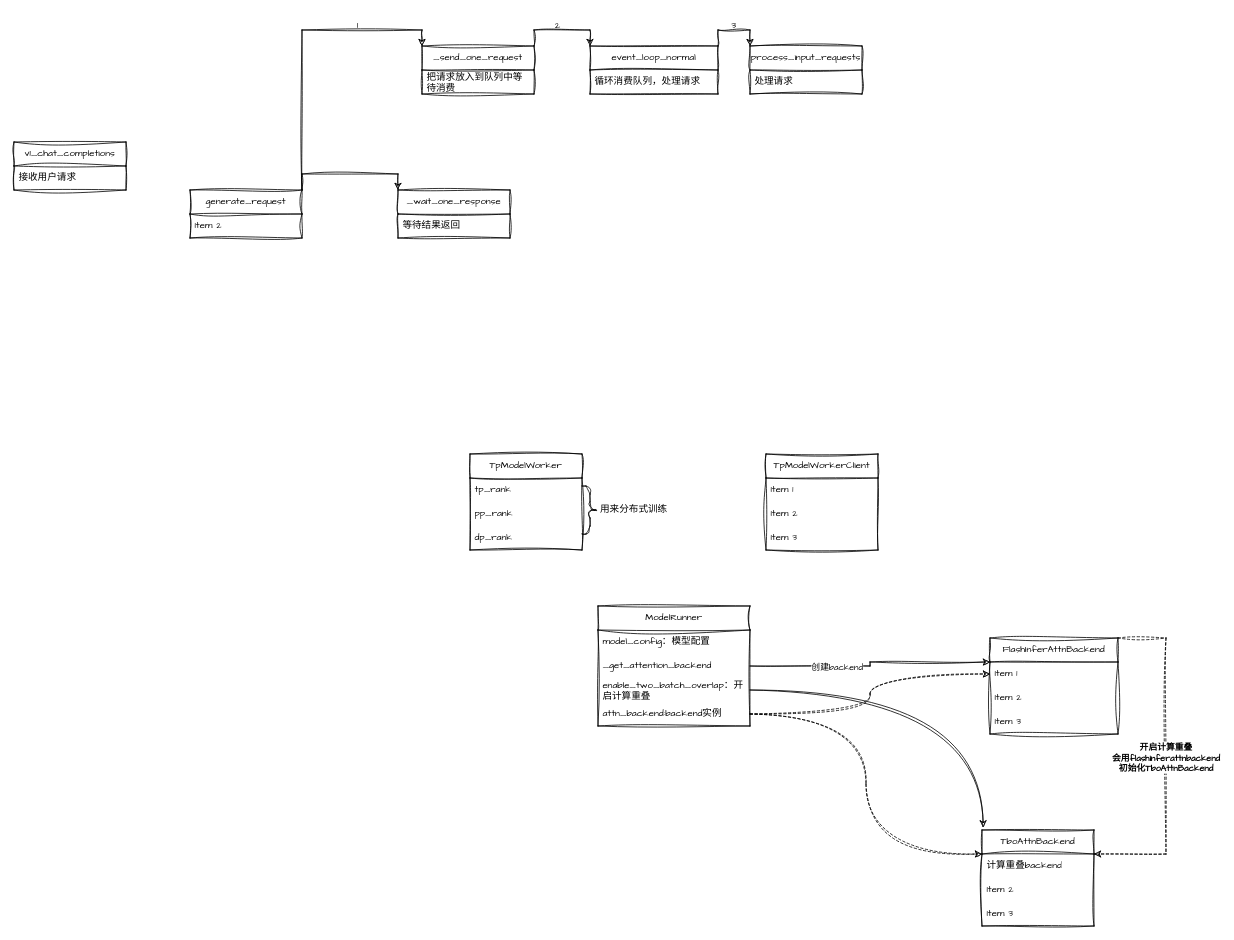
beijingqiuchang/drawio keeps this draw.io diagram as sglang.drawio. Above is the earlier version. Source tidied: cells renumbered, new cells numbered last; positions are measured from the earlier drawing's top-left corner, leaving out a move shared by most shapes. Both pictures are drawn from the tidied source at 80%, with x=0, y=0 at pixel (14, 14).
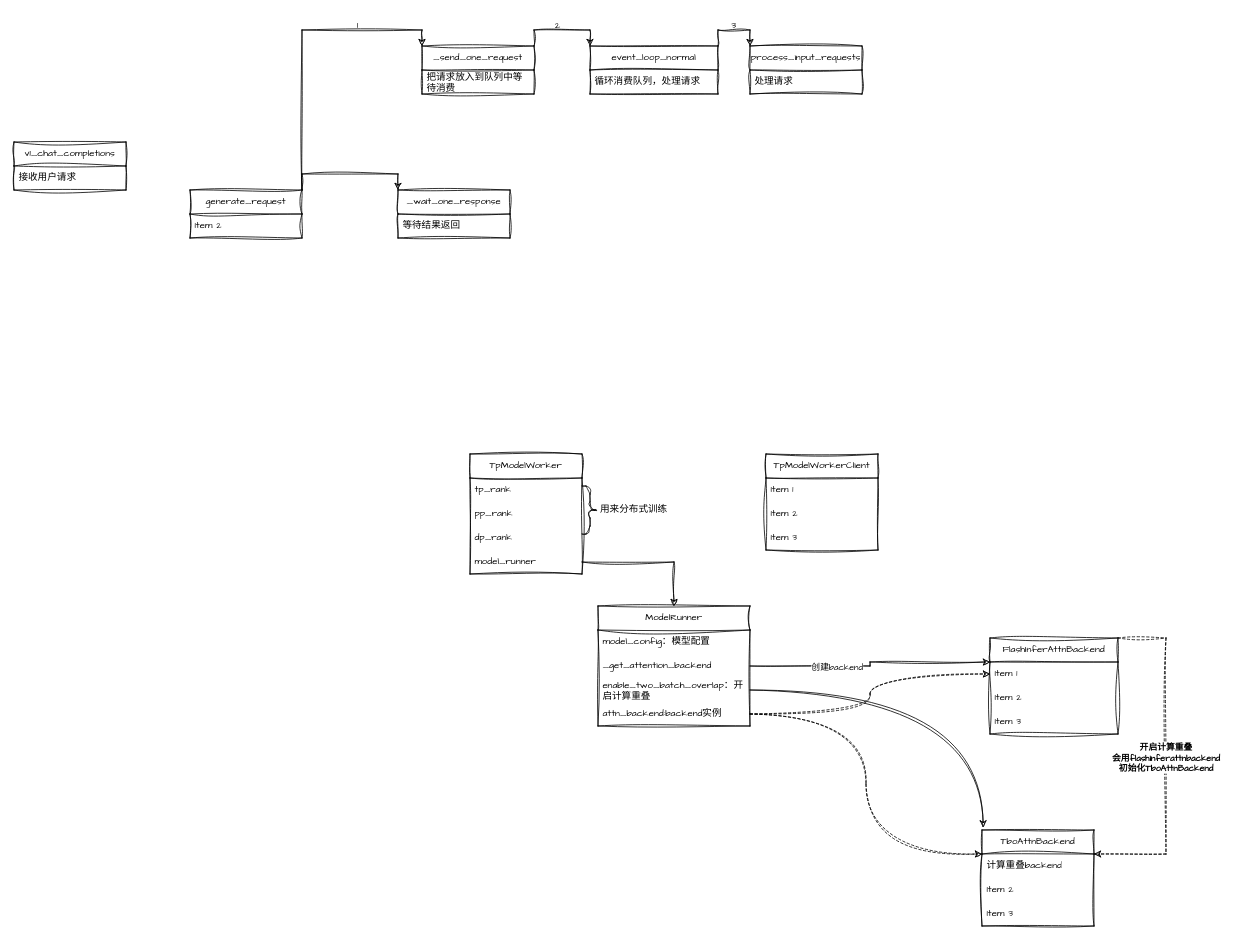
The same diagram, later.

Unchanged cells that the change refers to:
```xml
<mxCell id="31" value="ModelRunner" style="swimlane;fontStyle=0;horizontal=1;startSize=30;whiteSpace=wrap;html=1;sketch=1;hachureGap=4;jiggle=2;curveFitting=1;fontFamily=Architects Daughter;" parent="1" vertex="1">
  <mxGeometry x="730" y="740" width="190" height="150" as="geometry" />
</mxCell>
```

Change to the diagram source:
```diff
@@
     <mxCell id="21" value="TpModelWorker" style="swimlane;fontStyle=0;horizontal=1;startSize=30;whiteSpace=wrap;html=1;sketch=1;hachureGap=4;jiggle=2;curveFitting=1;fontFamily=Architects Daughter;" parent="1" vertex="1">
-      <mxGeometry x="570" y="550" width="140" height="120" as="geometry" />
+      <mxGeometry x="570" y="550" width="140" height="150" as="geometry" />
     </mxCell>
@@
+    <mxCell id="50" value="model_runner" style="text;strokeColor=none;fillColor=none;align=left;verticalAlign=middle;spacingLeft=4;spacingRight=4;overflow=hidden;points=[[0,0.5],[1,0.5]];portConstraint=eastwest;whiteSpace=wrap;html=1;fontFamily=Architects Daughter;" parent="21" vertex="1">
+      <mxGeometry y="120" width="140" height="30" as="geometry" />
+    </mxCell>
@@
+    <mxCell id="51" style="edgeStyle=orthogonalEdgeStyle;rounded=0;sketch=1;hachureGap=4;jiggle=2;curveFitting=1;jettySize=auto;html=1;exitX=1;exitY=0.5;exitDx=0;exitDy=0;fontFamily=Architects Daughter;" parent="1" edge="1" source="50" target="31">
+      <mxGeometry relative="1" as="geometry" />
+    </mxCell>
```
